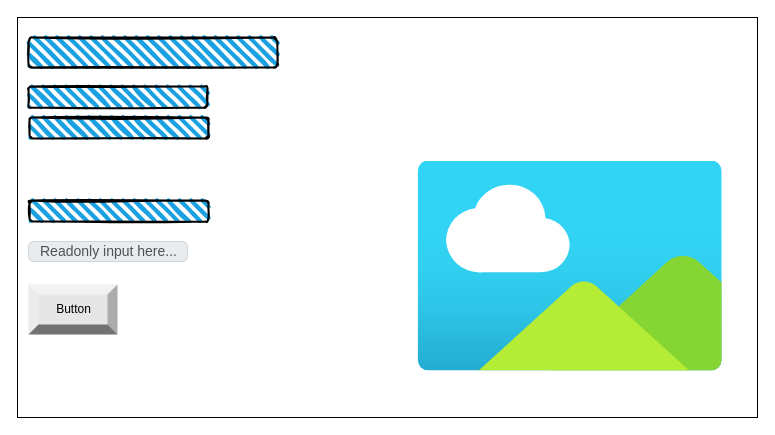
Earlier version of the draw.io diagram page "Page-1" (1 of 2) of design/story-board.drawio (ekaterina-chernykh/ICS20-Unit-6-04). Source tidied: cells renumbered, new cells numbered last; positions are measured from the earlier drawing's top-left corner, leaving out a move shared by most shapes. Both pictures are drawn from the tidied source at 100%, with x=0, y=0 at pixel (17, 17).
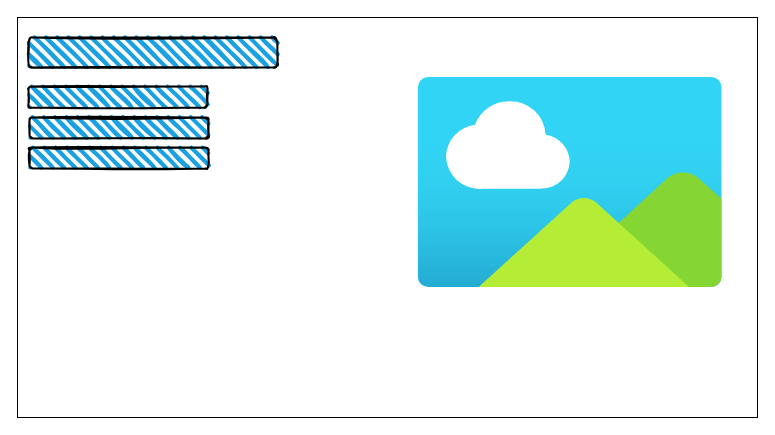
The same diagram, later.

Commit message (it also covers changes not shown here):
flowchart and story board

What changed in the source:
```diff
@@
 <mxGraphModel>
   <root>
     <mxCell id="0" />
     <mxCell id="1" parent="0" />
     <mxCell id="2" style="rounded=0;whiteSpace=wrap;html=1;" parent="1" vertex="1">
       <mxGeometry width="740" height="400" as="geometry" />
     </mxCell>
     <mxCell id="3" style="rounded=1;whiteSpace=wrap;html=1;strokeWidth=2;fillWeight=4;hachureGap=8;hachureAngle=45;fillColor=#1ba1e2;sketch=1;" parent="1" vertex="1">
       <mxGeometry x="11" y="20" width="249" height="30" as="geometry" />
     </mxCell>
     <mxCell id="4" style="rounded=1;whiteSpace=wrap;html=1;strokeWidth=2;fillWeight=4;hachureGap=8;hachureAngle=45;fillColor=#1ba1e2;sketch=1;" parent="1" vertex="1">
       <mxGeometry x="12" y="100" width="179" height="21" as="geometry" />
     </mxCell>
     <mxCell id="5" style="rounded=1;whiteSpace=wrap;html=1;strokeWidth=2;fillWeight=4;hachureGap=8;hachureAngle=45;fillColor=#1ba1e2;sketch=1;" parent="1" vertex="1">
       <mxGeometry x="11" y="69" width="179" height="21" as="geometry" />
     </mxCell>
     <mxCell id="6" style="rounded=1;whiteSpace=wrap;html=1;strokeWidth=2;fillWeight=4;hachureGap=8;hachureAngle=45;fillColor=#1ba1e2;sketch=1;" parent="1" vertex="1">
-      <mxGeometry x="12" y="183" width="179" height="21" as="geometry" />
+      <mxGeometry x="12" y="130" width="179" height="21" as="geometry" />
     </mxCell>
-    <mxCell id="7" value="Readonly input here..." style="html=1;shadow=0;dashed=0;shape=mxgraph.bootstrap.rrect;rSize=5;strokeColor=#CED4DA;strokeWidth=1;fillColor=#E9ECEF;fontColor=#505050;whiteSpace=wrap;align=left;verticalAlign=middle;spacingLeft=10;fontSize=14;" parent="1" vertex="1">
-      <mxGeometry x="11" y="224" width="159" height="20" as="geometry" />
-    </mxCell>
-    <mxCell id="8" value="Button" style="labelPosition=center;verticalLabelPosition=middle;align=center;html=1;shape=mxgraph.basic.shaded_button;dx=10;fillColor=#E6E6E6;strokeColor=none;" parent="1" vertex="1">
-      <mxGeometry x="11" y="267" width="89" height="50" as="geometry" />
-    </mxCell>
     <mxCell id="9" style="html=1;align=center;image;fontSize=12;image=img/lib/azure2/general/Image.svg;fillColor=#BA6D07;" parent="1" vertex="1">
-      <mxGeometry x="400" y="143.5" width="305.4" height="210" as="geometry" />
+      <mxGeometry x="400" y="60" width="305.4" height="210" as="geometry" />
     </mxCell>
   </root>
 </mxGraphModel>
```
